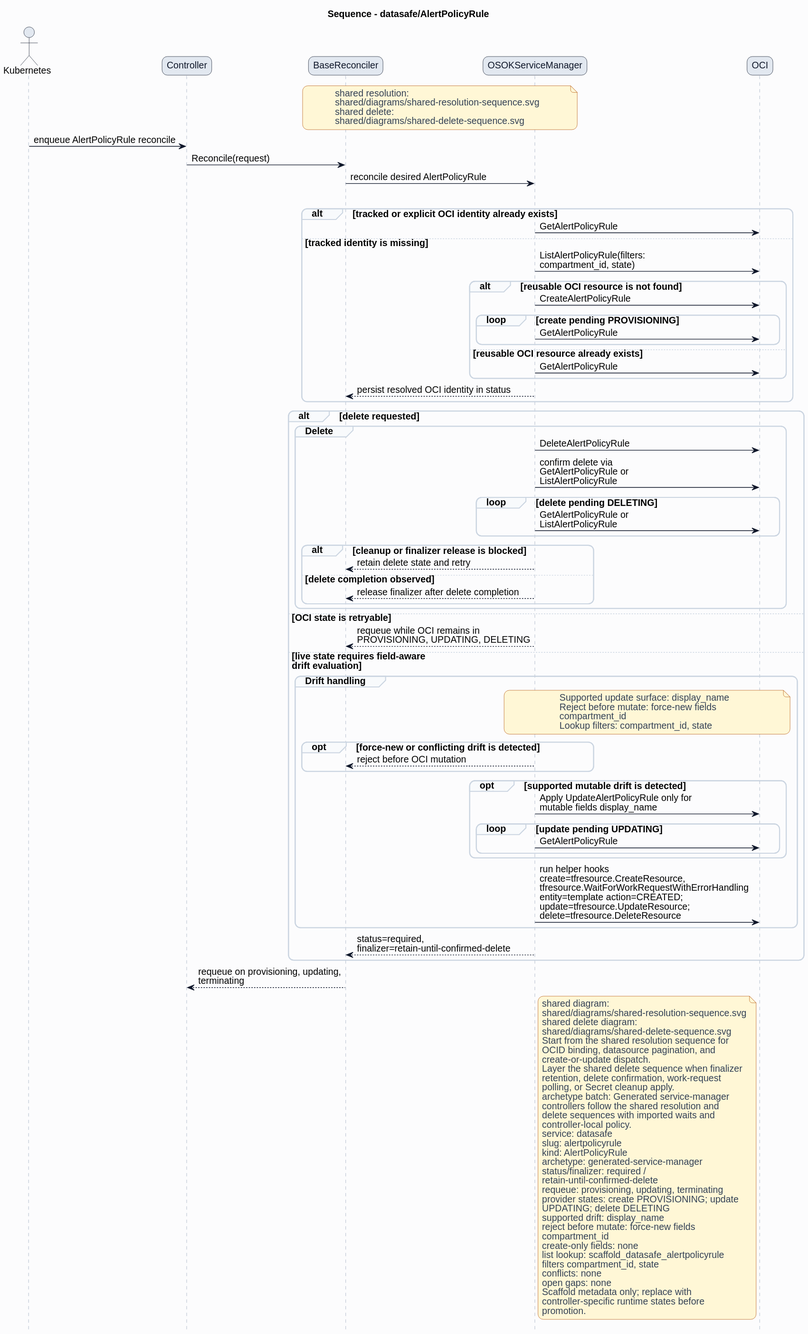
Before: formal/controllers/datasafe/alertpolicyrule/diagrams/sequence.svg, a diagram exported from PlantUML (HaoyL666/oci-service-operator). Source of this version:
```plantuml
@startuml
skinparam shadowing false
skinparam backgroundColor #fcfcfd
skinparam defaultFontName Helvetica
skinparam defaultFontSize 14
skinparam arrowColor #0f172a
skinparam noteBackgroundColor #fff7d6
skinparam noteBorderColor #b45309
skinparam noteFontColor #334155
skinparam roundcorner 16
title Sequence - datasafe/AlertPolicyRule
hide footbox
skinparam sequence {
  actorBorderColor #0f172a
  actorBackgroundColor #e2e8f0
  participantBorderColor #0f172a
  participantBackgroundColor #e2e8f0
  participantFontColor #0f172a
  lifeLineBorderColor #94a3b8
  groupBorderColor #cbd5e1
  groupBackgroundColor #f8fafc
}
actor Kubernetes
participant Controller
participant BaseReconciler
participant "OSOKServiceManager" as ServiceManager
participant OCI
note over BaseReconciler,ServiceManager
shared resolution:
shared/diagrams/shared-resolution-sequence.svg
shared delete:
shared/diagrams/shared-delete-sequence.svg
end note
Kubernetes -> Controller: enqueue AlertPolicyRule reconcile
Controller -> BaseReconciler: Reconcile(request)
BaseReconciler -> ServiceManager: reconcile desired AlertPolicyRule
group Lookup and bind
alt tracked or explicit OCI identity already exists
ServiceManager -> OCI: GetAlertPolicyRule
else tracked identity is missing
ServiceManager -> OCI: ListAlertPolicyRule(filters:\ncompartment_id, state)
alt reusable OCI resource is not found
ServiceManager -> OCI: CreateAlertPolicyRule
loop create pending PROVISIONING
ServiceManager -> OCI: GetAlertPolicyRule
end
else reusable OCI resource already exists
ServiceManager -> OCI: GetAlertPolicyRule
end
ServiceManager --> BaseReconciler: persist resolved OCI identity in status
end
alt delete requested
group Delete
ServiceManager -> OCI: DeleteAlertPolicyRule
ServiceManager -> OCI: confirm delete via\nGetAlertPolicyRule or\nListAlertPolicyRule
loop delete pending DELETING
ServiceManager -> OCI: GetAlertPolicyRule or\nListAlertPolicyRule
end
alt cleanup or finalizer release is blocked
ServiceManager --> BaseReconciler: retain delete state and retry
else delete completion observed
ServiceManager --> BaseReconciler: release finalizer after delete completion
end
end
else OCI state is retryable
ServiceManager --> BaseReconciler: requeue while OCI remains in\nPROVISIONING, UPDATING, DELETING
else live state requires field-aware\ndrift evaluation
group Drift handling
note over ServiceManager,OCI
Supported update surface: display_name
Reject before mutate: force-new fields
compartment_id
Lookup filters: compartment_id, state
end note
opt force-new or conflicting drift is detected
ServiceManager --> BaseReconciler: reject before OCI mutation
end
opt supported mutable drift is detected
ServiceManager -> OCI: Apply UpdateAlertPolicyRule only for\nmutable fields display_name
loop update pending UPDATING
ServiceManager -> OCI: GetAlertPolicyRule
end
end
ServiceManager -> OCI: run helper hooks\ncreate=tfresource.CreateResource,\ntfresource.WaitForWorkRequestWithErrorHandling\nentity=template action=CREATED;\nupdate=tfresource.UpdateResource;\ndelete=tfresource.DeleteResource
end
ServiceManager --> BaseReconciler: status=required,\nfinalizer=retain-until-confirmed-delete
end
BaseReconciler --> Controller: requeue on provisioning, updating,\nterminating
note right of ServiceManager
shared diagram:
shared/diagrams/shared-resolution-sequence.svg
shared delete diagram:
shared/diagrams/shared-delete-sequence.svg
Start from the shared resolution sequence for
OCID binding, datasource pagination, and
create-or-update dispatch.
Layer the shared delete sequence when finalizer
retention, delete confirmation, work-request
polling, or Secret cleanup apply.
archetype batch: Generated service-manager
controllers follow the shared resolution and
delete sequences with imported waits and
controller-local policy.
service: datasafe
slug: alertpolicyrule
kind: AlertPolicyRule
archetype: generated-service-manager
status/finalizer: required /
retain-until-confirmed-delete
requeue: provisioning, updating, terminating
provider states: create PROVISIONING; update
UPDATING; delete DELETING
supported drift: display_name
reject before mutate: force-new fields
compartment_id
create-only fields: none
list lookup: scaffold_datasafe_alertpolicyrule
filters compartment_id, state
conflicts: none
open gaps: none
Scaffold metadata only; replace with
controller-specific runtime states before
promotion.
end note
@enduml
```
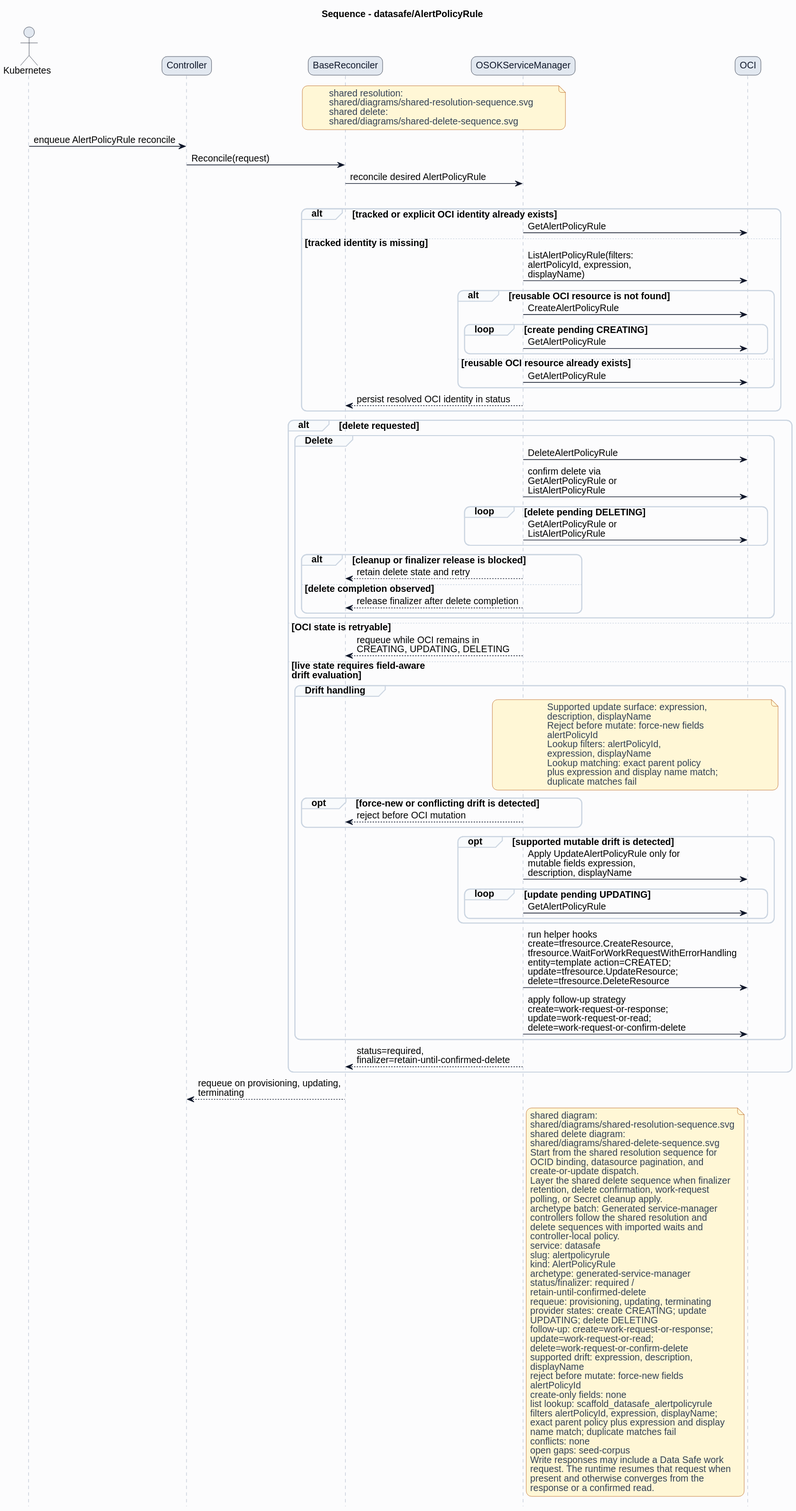
Above is the later version.

What changed in the source:
```diff
@@ -38,10 +38,10 @@
 alt tracked or explicit OCI identity already exists
 ServiceManager -> OCI: GetAlertPolicyRule
 else tracked identity is missing
-ServiceManager -> OCI: ListAlertPolicyRule(filters:\ncompartment_id, state)
+ServiceManager -> OCI: ListAlertPolicyRule(filters:\nalertPolicyId, expression,\ndisplayName)
 alt reusable OCI resource is not found
 ServiceManager -> OCI: CreateAlertPolicyRule
-loop create pending PROVISIONING
+loop create pending CREATING
 ServiceManager -> OCI: GetAlertPolicyRule
 end
 else reusable OCI resource already exists
@@ -63,25 +63,31 @@
 end
 end
 else OCI state is retryable
-ServiceManager --> BaseReconciler: requeue while OCI remains in\nPROVISIONING, UPDATING, DELETING
+ServiceManager --> BaseReconciler: requeue while OCI remains in\nCREATING, UPDATING, DELETING
 else live state requires field-aware\ndrift evaluation
 group Drift handling
 note over ServiceManager,OCI
-Supported update surface: display_name
+Supported update surface: expression,
+description, displayName
 Reject before mutate: force-new fields
-compartment_id
-Lookup filters: compartment_id, state
+alertPolicyId
+Lookup filters: alertPolicyId,
+expression, displayName
+Lookup matching: exact parent policy
+plus expression and display name match;
+duplicate matches fail
 end note
 opt force-new or conflicting drift is detected
 ServiceManager --> BaseReconciler: reject before OCI mutation
 end
 opt supported mutable drift is detected
-ServiceManager -> OCI: Apply UpdateAlertPolicyRule only for\nmutable fields display_name
+ServiceManager -> OCI: Apply UpdateAlertPolicyRule only for\nmutable fields expression,\ndescription, displayName
 loop update pending UPDATING
 ServiceManager -> OCI: GetAlertPolicyRule
 end
 end
 ServiceManager -> OCI: run helper hooks\ncreate=tfresource.CreateResource,\ntfresource.WaitForWorkRequestWithErrorHandling\nentity=template action=CREATED;\nupdate=tfresource.UpdateResource;\ndelete=tfresource.DeleteResource
+ServiceManager -> OCI: apply follow-up strategy\ncreate=work-request-or-response;\nupdate=work-request-or-read;\ndelete=work-request-or-confirm-delete
 end
 ServiceManager --> BaseReconciler: status=required,\nfinalizer=retain-until-confirmed-delete
 end
@@ -108,18 +114,25 @@
 status/finalizer: required /
 retain-until-confirmed-delete
 requeue: provisioning, updating, terminating
-provider states: create PROVISIONING; update
+provider states: create CREATING; update
 UPDATING; delete DELETING
-supported drift: display_name
+follow-up: create=work-request-or-response;
+update=work-request-or-read;
+delete=work-request-or-confirm-delete
+supported drift: expression, description,
+displayName
 reject before mutate: force-new fields
-compartment_id
+alertPolicyId
 create-only fields: none
 list lookup: scaffold_datasafe_alertpolicyrule
-filters compartment_id, state
+filters alertPolicyId, expression, displayName;
+exact parent policy plus expression and display
+name match; duplicate matches fail
 conflicts: none
-open gaps: none
-Scaffold metadata only; replace with
-controller-specific runtime states before
-promotion.
+open gaps: seed-corpus
+Write responses may include a Data Safe work
+request. The runtime resumes that request when
+present and otherwise converges from the
+response or a confirmed read.
 end note
 @enduml
```
